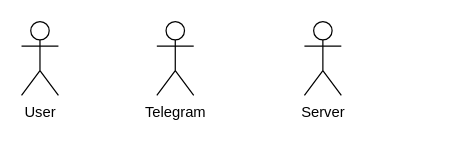
Earlier version of the draw.io diagram sequence-diagram.drawio (rmastodon0603/itstep_course_uml). Source tidied: cells renumbered, new cells numbered last; positions are measured from the earlier drawing's top-left corner, leaving out a move shared by most shapes. Both pictures are drawn from the tidied source at 123%, with x=0, y=0 at pixel (21, 21).
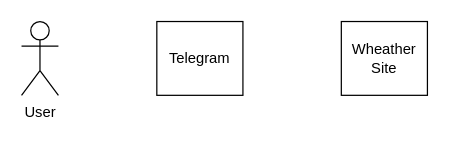
Above is the later version.

The edit, as a diff of the source:
```diff
@@
 <mxGraphModel>
   <root>
     <mxCell id="0" />
     <mxCell id="1" parent="0" />
     <mxCell id="2" value="User" style="shape=umlActor;verticalLabelPosition=bottom;verticalAlign=top;html=1;" parent="1" vertex="1">
       <mxGeometry width="30" height="60" as="geometry" />
     </mxCell>
-    <mxCell id="3" value="Telegram" style="shape=umlActor;verticalLabelPosition=bottom;verticalAlign=top;html=1;" parent="1" vertex="1">
-      <mxGeometry x="110" width="30" height="60" as="geometry" />
+    <mxCell id="3" value="Telegram" style="rounded=0;whiteSpace=wrap;html=1;" parent="1" vertex="1">
+      <mxGeometry x="110" width="70" height="60" as="geometry" />
     </mxCell>
-    <mxCell id="4" value="Server" style="shape=umlActor;verticalLabelPosition=bottom;verticalAlign=top;html=1;" parent="1" vertex="1">
-      <mxGeometry x="230" width="30" height="60" as="geometry" />
-    </mxCell>
+    <mxCell id="5" value="Wheather Site" style="rounded=0;whiteSpace=wrap;html=1;" parent="1" vertex="1">
+      <mxGeometry x="260" width="70" height="60" as="geometry" />
+    </mxCell>
   </root>
 </mxGraphModel>
```
